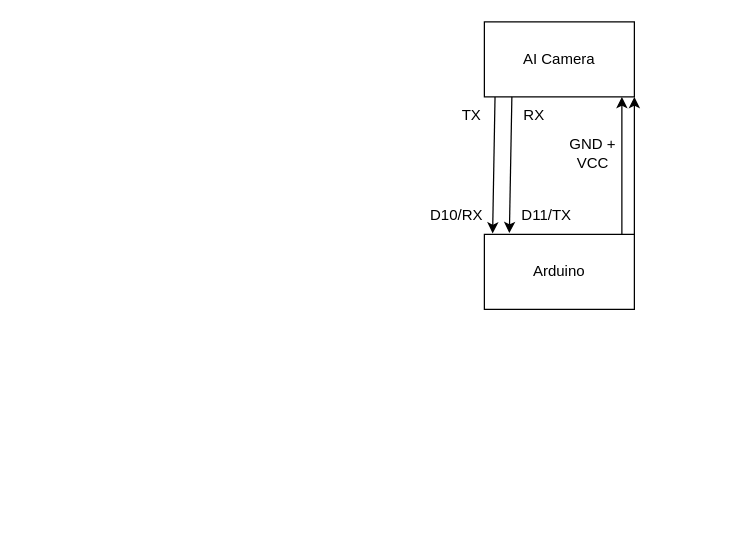
The draw.io diagram Arduino Project.drawio in space-vis/draw.io, before the edit. Source tidied: cells renumbered, new cells numbered last; positions are measured from the earlier drawing's top-left corner, leaving out a move shared by most shapes. Both pictures are drawn from the tidied source at 125%, with x=0, y=0 at pixel (419, 21).
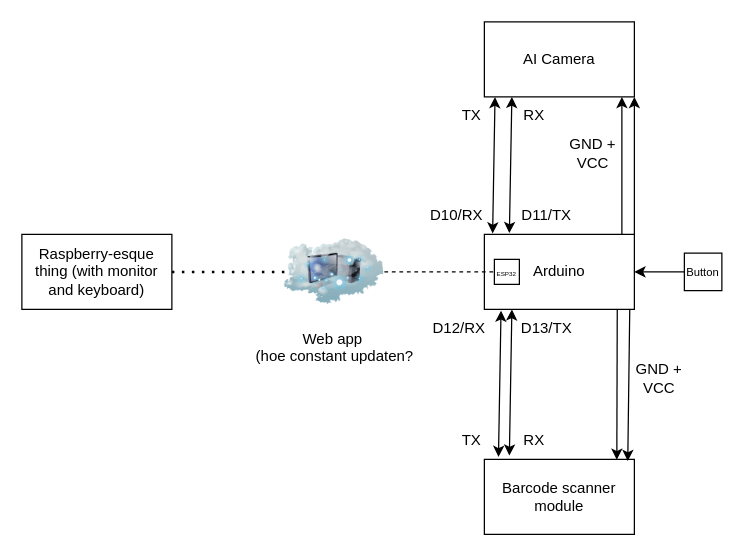
The same page after the edit.

The change refers to these unchanged cells:
```xml
<mxCell id="2" value="Arduino" style="rounded=0;whiteSpace=wrap;html=1;" parent="1" vertex="1">
  <mxGeometry x="52" y="170" width="120" height="60" as="geometry" />
</mxCell>
<mxCell id="3" value="AI Camera" style="rounded=0;whiteSpace=wrap;html=1;" parent="1" vertex="1">
  <mxGeometry x="52" width="120" height="60" as="geometry" />
</mxCell>
```

The edit, as a diff of the source:
```diff
@@
-    <mxCell id="6" style="endArrow=classic;html=1;rounded=0;exitX=0.071;exitY=1.002;exitDx=0;exitDy=0;exitPerimeter=0;entryX=0.055;entryY=-0.012;entryDx=0;entryDy=0;entryPerimeter=0;" parent="1" edge="1" source="3" target="2">
+    <mxCell id="6" style="endArrow=classic;html=1;rounded=0;exitX=0.071;exitY=1.002;exitDx=0;exitDy=0;exitPerimeter=0;entryX=0.055;entryY=-0.012;entryDx=0;entryDy=0;entryPerimeter=0;startArrow=classic;startFill=1;" parent="1" edge="1" source="3" target="2">
       <mxGeometry relative="1" as="geometry" />
     </mxCell>
-    <mxCell id="7" style="endArrow=classic;html=1;rounded=0;exitX=0.071;exitY=1.002;exitDx=0;exitDy=0;exitPerimeter=0;entryX=0.055;entryY=-0.012;entryDx=0;entryDy=0;entryPerimeter=0;" parent="1" edge="1">
+    <mxCell id="7" style="endArrow=classic;html=1;rounded=0;exitX=0.071;exitY=1.002;exitDx=0;exitDy=0;exitPerimeter=0;entryX=0.055;entryY=-0.012;entryDx=0;entryDy=0;entryPerimeter=0;startArrow=classic;startFill=1;" parent="1" edge="1">
       <mxGeometry relative="1" as="geometry">
         <mxPoint x="74" y="60" as="sourcePoint" />
         <mxPoint x="72" y="169" as="targetPoint" />
       </mxGeometry>
     </mxCell>
@@
+    <mxCell id="13" value="Barcode scanner module" style="rounded=0;whiteSpace=wrap;html=1;" parent="1" vertex="1">
+      <mxGeometry x="52" y="350" width="120" height="60" as="geometry" />
+    </mxCell>
+    <mxCell id="14" style="endArrow=classic;html=1;rounded=0;exitX=0.094;exitY=-0.033;exitDx=0;exitDy=0;exitPerimeter=0;entryX=0.111;entryY=1.017;entryDx=0;entryDy=0;entryPerimeter=0;startArrow=classic;startFill=1;" parent="1" edge="1" source="13" target="2">
+      <mxGeometry relative="1" as="geometry" />
+    </mxCell>
+    <mxCell id="15" style="endArrow=classic;html=1;rounded=0;exitX=0.094;exitY=-0.033;exitDx=0;exitDy=0;exitPerimeter=0;entryX=0.111;entryY=1.017;entryDx=0;entryDy=0;entryPerimeter=0;startArrow=classic;startFill=1;" parent="1" edge="1">
+      <mxGeometry relative="1" as="geometry">
+        <mxPoint x="72" y="347" as="sourcePoint" />
+        <mxPoint x="74" y="230" as="targetPoint" />
+      </mxGeometry>
+    </mxCell>
+    <mxCell id="16" value="TX" style="text;html=1;whiteSpace=wrap;strokeColor=none;fillColor=none;align=center;verticalAlign=middle;rounded=0;" parent="1" vertex="1">
+      <mxGeometry x="12" y="320" width="60" height="30" as="geometry" />
+    </mxCell>
+    <mxCell id="17" value="RX" style="text;html=1;whiteSpace=wrap;strokeColor=none;fillColor=none;align=center;verticalAlign=middle;rounded=0;" parent="1" vertex="1">
+      <mxGeometry x="62" y="320" width="60" height="30" as="geometry" />
+    </mxCell>
+    <mxCell id="18" style="endArrow=none;html=1;rounded=0;exitX=0.956;exitY=0.022;exitDx=0;exitDy=0;entryX=1;entryY=1;entryDx=0;entryDy=0;exitPerimeter=0;endFill=0;startArrow=classic;startFill=1;" parent="1" edge="1" source="13">
+      <mxGeometry relative="1" as="geometry">
+        <mxPoint x="168.3" y="230" as="targetPoint" />
+      </mxGeometry>
+    </mxCell>
+    <mxCell id="19" style="endArrow=none;html=1;rounded=0;exitX=0.883;exitY=0.006;exitDx=0;exitDy=0;entryX=1;entryY=1;entryDx=0;entryDy=0;exitPerimeter=0;endFill=0;startArrow=classic;startFill=1;" parent="1" edge="1" source="13">
+      <mxGeometry relative="1" as="geometry">
+        <mxPoint x="158.3" y="230" as="targetPoint" />
+      </mxGeometry>
+    </mxCell>
+    <mxCell id="20" value="&lt;div&gt;GND +&lt;/div&gt;&lt;div&gt;VCC&lt;/div&gt;" style="text;html=1;whiteSpace=wrap;strokeColor=none;fillColor=none;align=center;verticalAlign=middle;rounded=0;" parent="1" vertex="1">
+      <mxGeometry x="162" y="270" width="60" height="30" as="geometry" />
+    </mxCell>
+    <mxCell id="21" value="D12/RX" style="text;html=1;whiteSpace=wrap;strokeColor=none;fillColor=none;align=center;verticalAlign=middle;rounded=0;" parent="1" vertex="1">
+      <mxGeometry x="2" y="230" width="60" height="30" as="geometry" />
+    </mxCell>
+    <mxCell id="22" value="D13/TX" style="text;html=1;whiteSpace=wrap;strokeColor=none;fillColor=none;align=center;verticalAlign=middle;rounded=0;" parent="1" vertex="1">
+      <mxGeometry x="72" y="230" width="60" height="30" as="geometry" />
+    </mxCell>
+    <mxCell id="23" value="&lt;div align=&quot;center&quot;&gt;&lt;font style=&quot;font-size: 5px;&quot;&gt;ESP32&lt;/font&gt;&lt;/div&gt;" style="rounded=0;whiteSpace=wrap;html=1;align=center;" parent="1" vertex="1">
+      <mxGeometry x="60" y="190" width="20" height="20" as="geometry" />
+    </mxCell>
+    <mxCell id="24" style="endArrow=none;dashed=1;html=1;rounded=0;entryX=0;entryY=0.5;entryDx=0;entryDy=0;exitX=1;exitY=0.5;exitDx=0;exitDy=0;" parent="1" edge="1" source="25" target="23">
+      <mxGeometry relative="1" as="geometry" />
+    </mxCell>
+    <mxCell id="25" value="&lt;div&gt;Web app&amp;nbsp;&lt;/div&gt;&lt;div&gt;(hoe constant updaten?&lt;/div&gt;" style="image;html=1;image=img/lib/clip_art/networking/Cloud_Computer_128x128.png;" parent="1" vertex="1">
+      <mxGeometry x="-108" y="160" width="80" height="80" as="geometry" />
+    </mxCell>
+    <mxCell id="26" style="endArrow=none;dashed=1;html=1;dashPattern=1 3;strokeWidth=2;rounded=0;entryX=0;entryY=0.5;entryDx=0;entryDy=0;exitX=1;exitY=0.5;exitDx=0;exitDy=0;" parent="1" edge="1" source="27" target="25">
+      <mxGeometry relative="1" as="geometry" />
+    </mxCell>
+    <mxCell id="27" value="Raspberry-esque thing (with monitor and keyboard)" style="rounded=0;whiteSpace=wrap;html=1;" parent="1" vertex="1">
+      <mxGeometry x="-318" y="170" width="120" height="60" as="geometry" />
+    </mxCell>
+    <mxCell id="28" style="edgeStyle=orthogonalEdgeStyle;rounded=0;jettySize=auto;html=1;exitX=0;exitY=0.5;exitDx=0;exitDy=0;entryX=1;entryY=0.5;entryDx=0;entryDy=0;" parent="1" edge="1" source="29" target="2">
+      <mxGeometry relative="1" as="geometry" />
+    </mxCell>
+    <mxCell id="29" value="&lt;font style=&quot;font-size: 9px;&quot;&gt;Button&lt;/font&gt;" style="rounded=0;whiteSpace=wrap;html=1;" parent="1" vertex="1">
+      <mxGeometry x="212" y="185" width="30" height="30" as="geometry" />
+    </mxCell>
```
